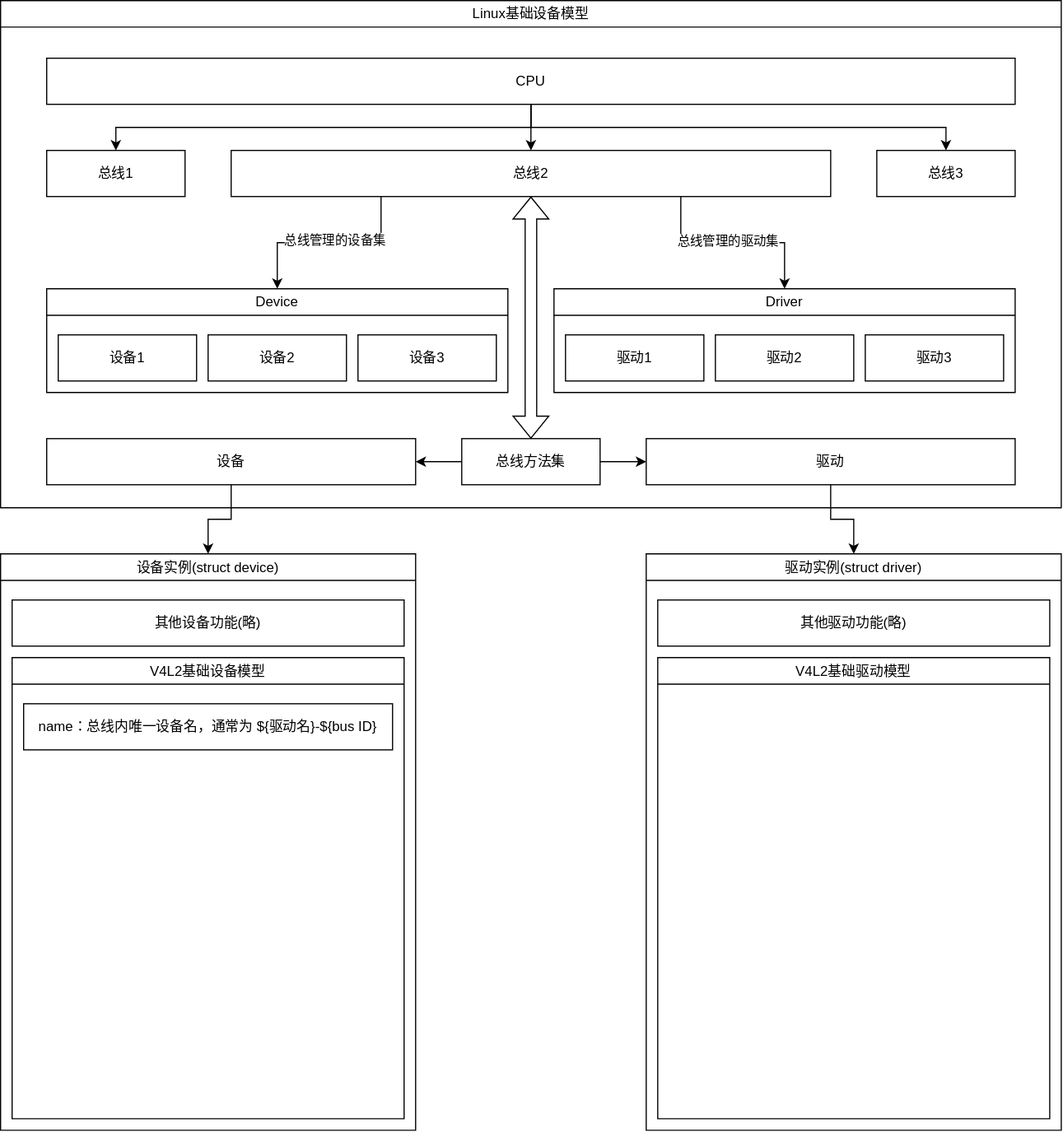
Earlier version of the draw.io export Linux内核原理及其开发/Resources/V4L2设备模型概览.drawio.svg (h13-0/Notebooks). Source tidied: cells renumbered, new cells last; positions are measured from the earlier drawing's top-left corner, leaving out a move shared by most shapes.
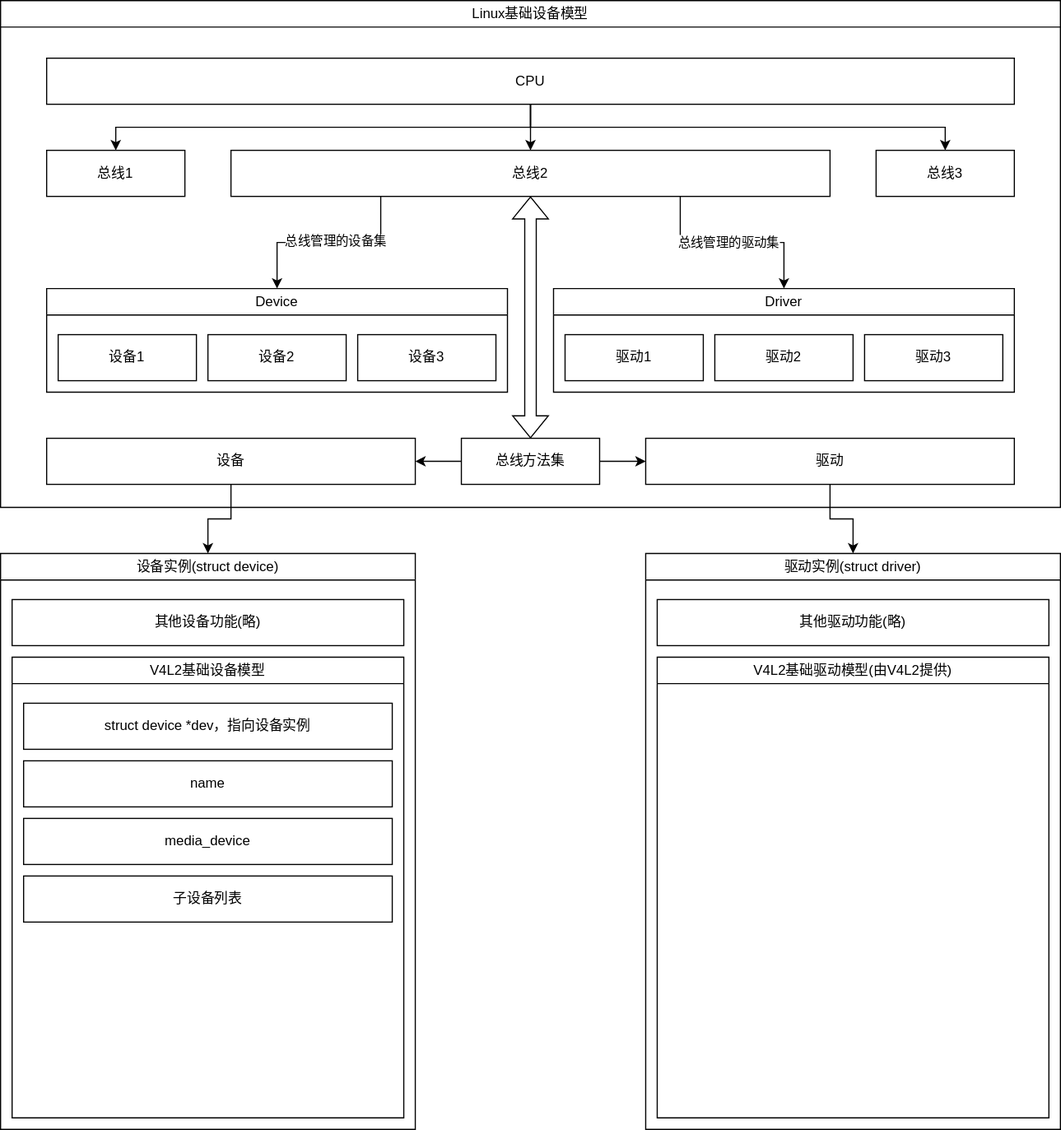
Later version of the same file.

Commit message:
vault backup: 2025-05-11 19:02:07

What changed in the source:
```diff
@@ -8,9 +8,18 @@
     <mxCell id="3" value="&lt;span style=&quot;font-weight: normal;&quot;&gt;V4L2基础设备模型&lt;/span&gt;" style="swimlane;whiteSpace=wrap;html=1;" parent="2" vertex="1">
       <mxGeometry x="10" y="90" width="340" height="400" as="geometry" />
     </mxCell>
-    <mxCell id="4" value="name：总线内唯一设备名，通常为 ${驱动名}-${bus ID}" style="rounded=0;whiteSpace=wrap;html=1;" parent="3" vertex="1">
-      <mxGeometry x="10" y="40" width="320" height="40" as="geometry" />
+    <mxCell id="4" value="name" style="rounded=0;whiteSpace=wrap;html=1;" parent="3" vertex="1">
+      <mxGeometry x="10" y="90" width="320" height="40" as="geometry" />
     </mxCell>
+    <mxCell id="37" value="media_device" style="rounded=0;whiteSpace=wrap;html=1;" parent="3" vertex="1">
+      <mxGeometry x="10" y="140" width="320" height="40" as="geometry" />
+    </mxCell>
+    <mxCell id="38" value="子设备列表" style="rounded=0;whiteSpace=wrap;html=1;" parent="3" vertex="1">
+      <mxGeometry x="10" y="190" width="320" height="40" as="geometry" />
+    </mxCell>
+    <mxCell id="39" value="struct device *dev，指向设备实例" style="rounded=0;whiteSpace=wrap;html=1;" parent="3" vertex="1">
+      <mxGeometry x="10" y="40" width="320" height="40" as="geometry" />
+    </mxCell>
     <mxCell id="5" value="其他设备功能(略)" style="rounded=0;whiteSpace=wrap;html=1;" parent="2" vertex="1">
       <mxGeometry x="10" y="40" width="340" height="40" as="geometry" />
     </mxCell>
@@ -20,7 +29,7 @@
     <mxCell id="7" value="其他驱动功能(略)" style="rounded=0;whiteSpace=wrap;html=1;" parent="6" vertex="1">
       <mxGeometry x="10" y="40" width="340" height="40" as="geometry" />
     </mxCell>
-    <mxCell id="8" value="&lt;span style=&quot;font-weight: normal;&quot;&gt;V4L2基础驱动模型&lt;/span&gt;" style="swimlane;whiteSpace=wrap;html=1;" parent="6" vertex="1">
+    <mxCell id="8" value="&lt;span style=&quot;font-weight: normal;&quot;&gt;V4L2基础驱动模型(由V4L2提供)&lt;/span&gt;" style="swimlane;whiteSpace=wrap;html=1;" parent="6" vertex="1">
       <mxGeometry x="10" y="90" width="340" height="400" as="geometry" />
     </mxCell>
     <mxCell id="9" value="&lt;span style=&quot;font-weight: normal;&quot;&gt;Linux基础设备模型&lt;/span&gt;" style="swimlane;whiteSpace=wrap;html=1;" parent="1" vertex="1">
@@ -110,7 +119,7 @@
     <mxCell id="35" style="edgeStyle=orthogonalEdgeStyle;rounded=0;jettySize=auto;html=1;exitX=0.5;exitY=1;exitDx=0;exitDy=0;" parent="1" edge="1" source="22" target="2">
       <mxGeometry relative="1" as="geometry" />
     </mxCell>
-    <mxCell id="36" style="edgeStyle=orthogonalEdgeStyle;rounded=0;jettySize=auto;html=1;exitX=0.5;exitY=1;exitDx=0;exitDy=0;" parent="1" edge="1" source="34" target="6">
+    <mxCell id="36" style="edgeStyle=orthogonalEdgeStyle;rounded=0;jettySize=auto;html=1;exitX=0.5;exitY=1;exitDx=0;exitDy=0;entryX=0.5;entryY=0;entryDx=0;entryDy=0;" parent="1" edge="1" source="34" target="6">
       <mxGeometry relative="1" as="geometry" />
     </mxCell>
   </root>
```
